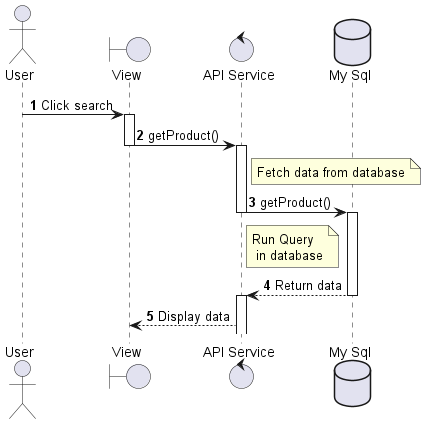
Above: out/sequenceDiagram_Product_getData/sequenceDiagram_Product_getData.png in Fitranda/Diagram (PlantUML), before the change. Source of this version:
```plantuml
@startuml sequenceDiagram_Product_getData
actor User
boundary "View" as View
control "API Service" as APIService
database "My Sql" as DB

autonumber
User -> View --++ : Click search
View -> APIService --++ : getProduct()
note right of APIService: Fetch data from database
APIService -> DB --++ : getProduct()
note right of APIService: Run Query \n in database
DB --> APIService --++ : Return data
APIService --> View : Display data
@enduml
```
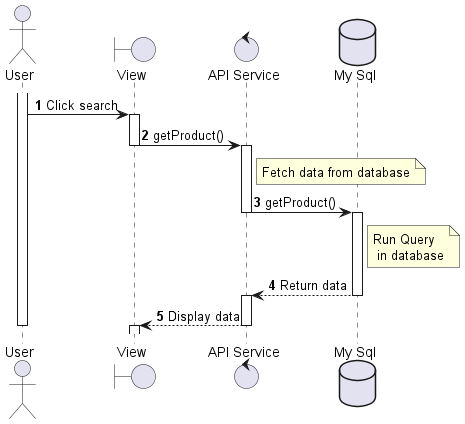
After the commit.

The edit, as a diff of the source:
```diff
@@ -5,11 +5,21 @@
 database "My Sql" as DB
 
 autonumber
-User -> View --++ : Click search
-View -> APIService --++ : getProduct()
+activate User
+User -> View : Click search
+activate View
+View -> APIService : getProduct()
+deactivate View
+activate APIService
 note right of APIService: Fetch data from database
-APIService -> DB --++ : getProduct()
-note right of APIService: Run Query \n in database
-DB --> APIService --++ : Return data
-APIService --> View : Display data
+APIService -> DB : getProduct()
+deactivate APIService
+activate DB
+note right of DB: Run Query \n in database
+DB --> APIService : Return data
+deactivate DB
+activate APIService
+APIService --> View --++: Display data
+deactivate APIService
+deactivate User
 @enduml
```
